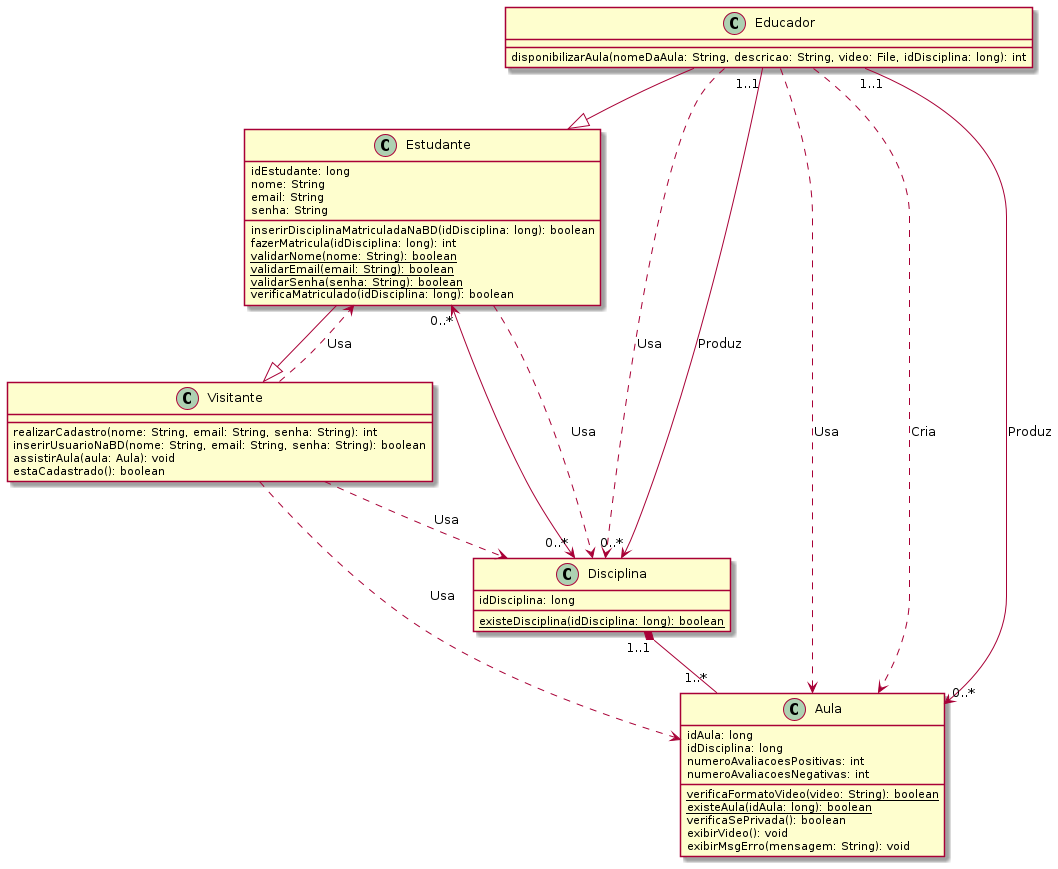
Earlier version of the PlantUML export diagrama_classes/out/diag_classes/diagrama_classes.png (lucasg-mm/ensinet).
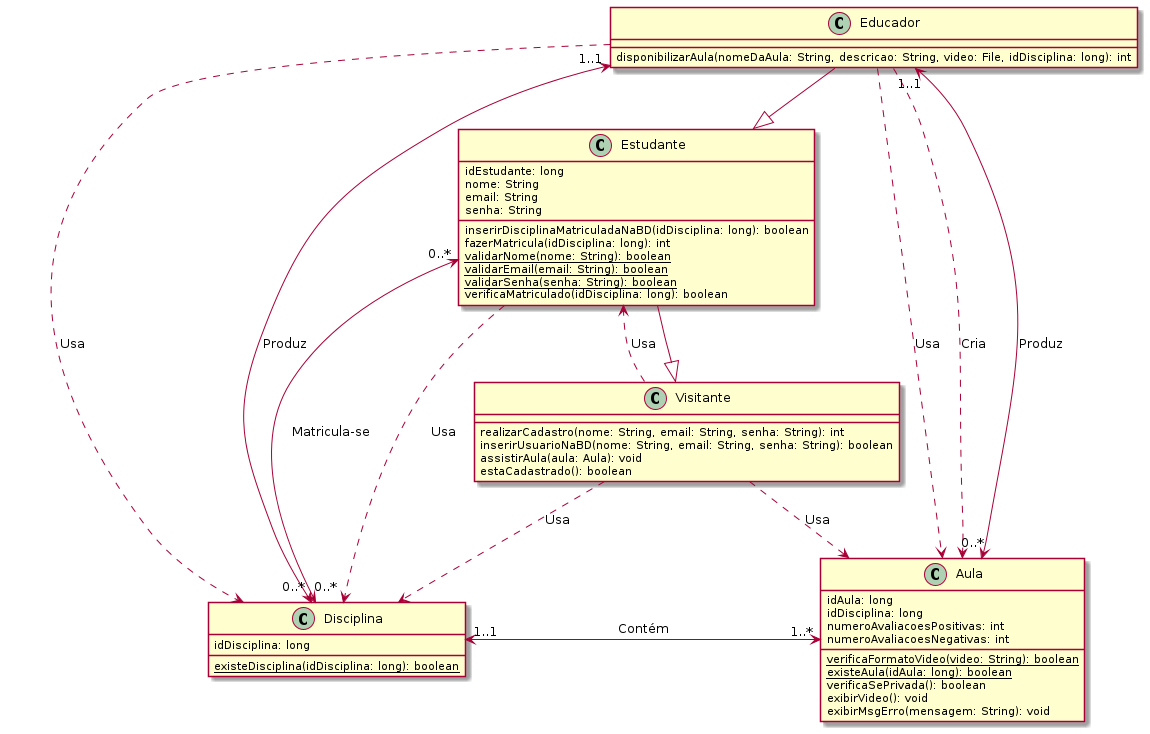
The same file after the commit.

Commit message:
Atualiza imagem do diagrama

Change to the diagram source:
```diff
@@ -51,9 +51,9 @@
 Visitante..>Estudante: Usa
 Visitante..>Disciplina: Usa
 
-Disciplina"1..1"*--"1..*"Aula
-Disciplina"0..*"<-right->"0..*"Estudante
-Educador"1..1"-right->"0..*"Aula: Produz
-Educador"1..1"-right->"0..*"Disciplina: Produz
+Disciplina"1..1"<-right->"1..*"Aula: Contém
+Disciplina"0..*"<-right->"0..*"Estudante: Matricula-se
+Educador"1..1"<-right->"0..*"Aula: Produz
+Educador"1..1"<-right->"0..*"Disciplina: Produz
 
 @enduml
```
